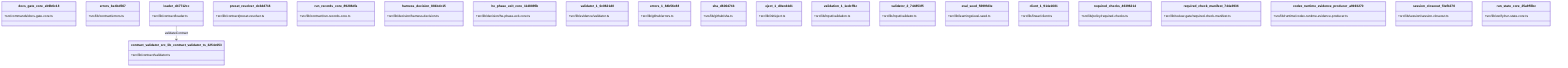
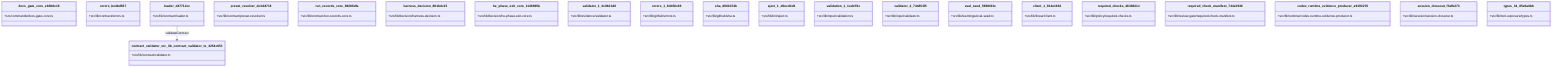
classDiagram
  class docs_gate_core_eb9b6c18 {
    +src/commands/docs-gate-core.ts
  }
  class errors_be4bd567 {
    +src/lib/contract/errors.ts
  }
  class loader_d47712cc {
    +src/lib/contract/loader.ts
  }
  class preset_resolver_dc3dd716 {
    +src/lib/contract/preset-resolver.ts
  }
  class run_records_core_89286dfa {
    +src/lib/contract/run-records-core.ts
  }
  class harness_decision_881bdc15 {
    +src/lib/decision/harness-decision.ts
  }
  class he_phase_exit_core_1148895b {
    +src/lib/decision/he-phase-exit-core.ts
  }
  class validator_1_0c0621d8 {
    +src/lib/evidence/validator.ts
  }
  class errors_1_84b56c88 {
    +src/lib/github/errors.ts
  }
  class sha_d600474b {
    +src/lib/github/sha.ts
  }
  class eject_1_d0ecd4d1 {
    +src/lib/init/eject.ts
  }
  class validation_1_1edcff1c {
    +src/lib/input/validation.ts
  }
  class validator_2_744853f5 {
    +src/lib/input/validator.ts
  }
  class eval_seed_5699fd3e {
    +src/lib/learnings/eval-seed.ts
  }
  class client_1_914e1681 {
    +src/lib/linear/client.ts
  }
  class required_checks_46396214 {
    +src/lib/policy/required-checks.ts
  }
  class required_check_manifest_744e3936 {
    +src/lib/review-gate/required-check-manifest.ts
  }
  class codex_runtime_evidence_producer_a9193270 {
    +src/lib/runtime/codex-runtime-evidence-producer.ts
  }
  class session_closeout_f3efb270 {
    +src/lib/session/session-closeout.ts
  }
-   class run_state_core_25a955bc {
-     +src/lib/verify/run-state-core.ts
+   class types_34_85e6a0bb {
+     +src/lib/tool-exposure/types.ts
  }
  class contract_validator_src_lib_contract_validator_ts_3254c053 {
    +src/lib/contract/validator.ts
  }
  loader_d47712cc --> contract_validator_src_lib_contract_validator_ts_3254c053 : validateContract
